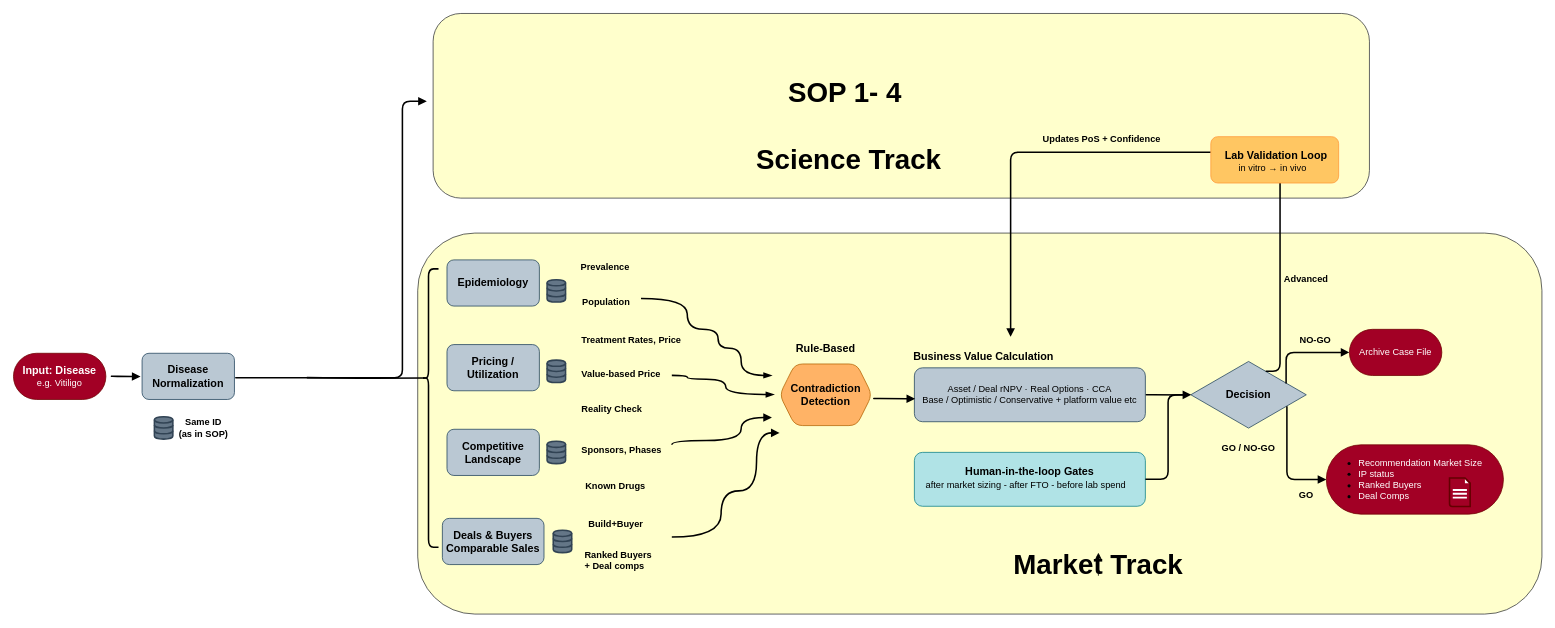
Earlier version of the draw.io diagram page "Simplified BD" (2 of 4) of repurgenesis_bd.drawio (paulkao-ai/flowchart). Source tidied: cells renumbered, new cells numbered last; positions are measured from the earlier drawing's top-left corner, leaving out a move shared by most shapes. Both pictures are drawn from the tidied source at 77%, with x=0, y=0 at pixel (13, 13).
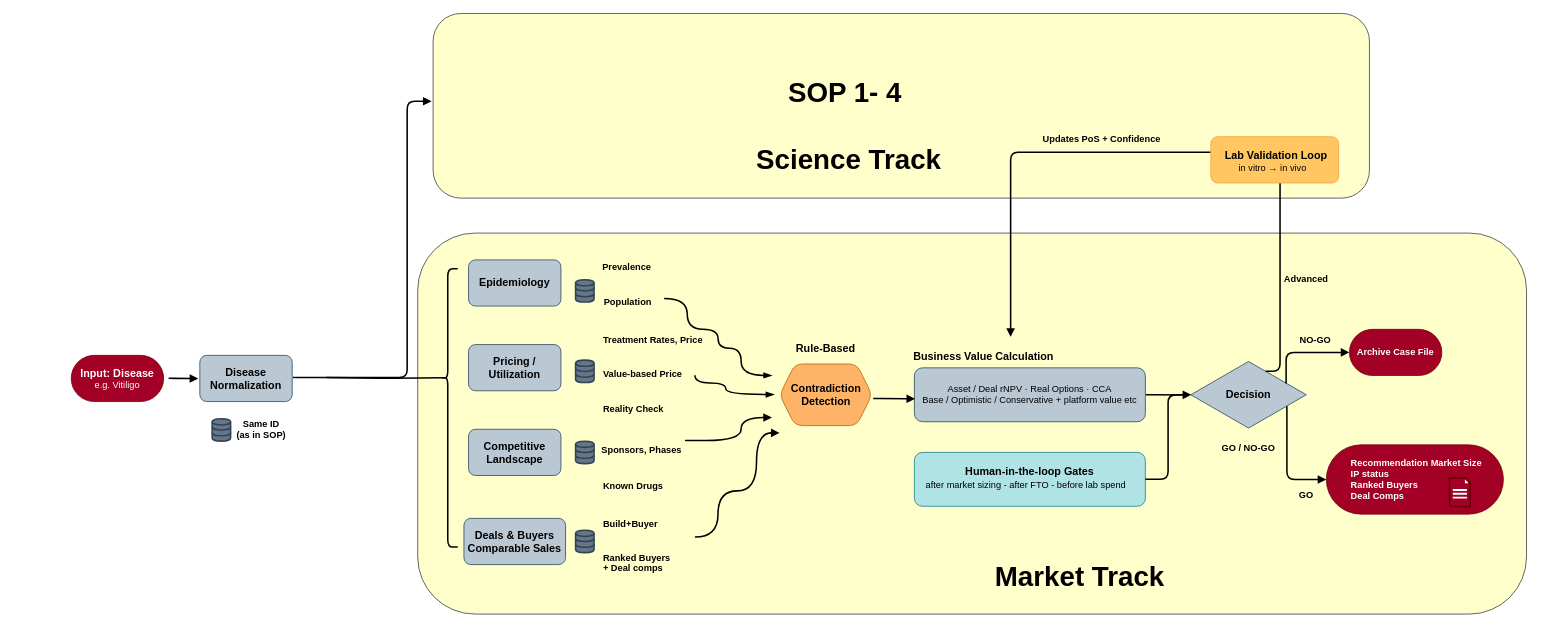
The same diagram, later.

The change refers to these unchanged cells:
```xml
<mxCell id="12" style="group;rounded=1;" parent="1" vertex="1">
  <mxGeometry x="995" y="455.2" width="120" height="80" as="geometry" />
</mxCell>
<mxCell id="26" style="group;rounded=1;fontColor=light-dark(#ffffff, #ededed);" parent="1" vertex="1">
  <mxGeometry x="1705" y="560.2" width="230" height="90" as="geometry" />
</mxCell>
```

Change to the diagram source:
```diff
@@
     <mxCell id="2" style="rounded=1;whiteSpace=wrap;html=1;fillColor=#FFFFCC;strokeColor=#36393d;" parent="1" vertex="1">
-      <mxGeometry x="525" y="285.2" width="1460" height="494.8" as="geometry" />
+      <mxGeometry x="525" y="285.2" width="1440" height="494.8" as="geometry" />
     </mxCell>
@@
     <mxCell id="4" value="&lt;font style=&quot;font-size: 14px;&quot;&gt;Epidemiology&lt;/font&gt;" style="rounded=1;whiteSpace=wrap;html=1;fontStyle=1;fillColor=#bac8d3;strokeColor=#23445d;" parent="1" vertex="1">
-      <mxGeometry x="563" y="320" width="120" height="60" as="geometry" />
+      <mxGeometry x="591" y="320" width="120" height="60" as="geometry" />
     </mxCell>
     <mxCell id="5" value="&lt;font style=&quot;font-size: 14px;&quot;&gt;Pricing / Utilization&lt;/font&gt;" style="rounded=1;whiteSpace=wrap;html=1;fontStyle=1;fillColor=#bac8d3;strokeColor=#23445d;" parent="1" vertex="1">
-      <mxGeometry x="563" y="430" width="120" height="60" as="geometry" />
+      <mxGeometry x="591" y="430" width="120" height="60" as="geometry" />
     </mxCell>
     <mxCell id="6" value="&lt;font style=&quot;font-size: 14px;&quot;&gt;Competitive Landscape&lt;/font&gt;" style="rounded=1;whiteSpace=wrap;html=1;fontStyle=1;fillColor=#bac8d3;strokeColor=#23445d;" parent="1" vertex="1">
-      <mxGeometry x="563" y="540" width="120" height="60" as="geometry" />
+      <mxGeometry x="591" y="540" width="120" height="60" as="geometry" />
     </mxCell>
     <mxCell id="7" value="&lt;b&gt;&lt;font style=&quot;font-size: 14px;&quot;&gt;Disease Normalization&lt;/font&gt;&lt;/b&gt;" style="rounded=1;whiteSpace=wrap;html=1;fillColor=#bac8d3;strokeColor=#23445d;" parent="1" vertex="1">
-      <mxGeometry x="167" y="441.3" width="120" height="60" as="geometry" />
+      <mxGeometry x="242" y="444" width="120" height="60" as="geometry" />
     </mxCell>
     <mxCell id="8" value="&lt;b&gt;&lt;font style=&quot;font-size: 14px;&quot;&gt;Input: Disease&lt;/font&gt;&lt;/b&gt;&lt;br&gt;e.g. Vitiligo" style="rounded=1;whiteSpace=wrap;html=1;arcSize=50;fillColor=#a20025;fontColor=#ffffff;strokeColor=#6F0000;" parent="1" vertex="1">
-      <mxGeometry y="441.3" width="120" height="60" as="geometry" />
+      <mxGeometry x="75" y="444" width="120" height="60" as="geometry" />
     </mxCell>
     <mxCell id="9" value="&lt;font style=&quot;font-size: 14px;&quot;&gt;Deals &amp;amp; Buyers&lt;/font&gt;&lt;div&gt;&lt;font style=&quot;font-size: 14px;&quot;&gt;Comparable Sales&lt;/font&gt;&lt;/div&gt;" style="rounded=1;whiteSpace=wrap;html=1;fontStyle=1;fillColor=#bac8d3;strokeColor=#23445d;" parent="1" vertex="1">
-      <mxGeometry x="557" y="655.7" width="132" height="60" as="geometry" />
+      <mxGeometry x="585" y="655.7" width="132" height="60" as="geometry" />
     </mxCell>
@@
     <mxCell id="11" style="edgeStyle=orthogonalEdgeStyle;orthogonalLoop=1;jettySize=auto;html=1;rounded=1;curved=1;strokeWidth=2;endArrow=blockThin;endFill=1;" parent="1" edge="1">
       <mxGeometry relative="1" as="geometry">
-        <mxPoint x="815" y="370.1" as="sourcePoint" />
+        <mxPoint x="845" y="370.1" as="sourcePoint" />
         <mxPoint x="985" y="470.1" as="targetPoint" />
         <Array as="points">
           <mxPoint x="875" y="370.1" />
           <mxPoint x="875" y="410.1" />
           <mxPoint x="915.1" y="410.1" />
           <mxPoint x="915.1" y="434.8" />
           <mxPoint x="945.1" y="434.8" />
           <mxPoint x="945.1" y="470.1" />
           <mxPoint x="985" y="470.1" />
         </Array>
       </mxGeometry>
     </mxCell>
@@
     <mxCell id="14" value="&lt;font style=&quot;font-size: 14px;&quot;&gt;Contradiction Detection&lt;/font&gt;" style="text;html=1;whiteSpace=wrap;strokeColor=none;fillColor=none;align=center;verticalAlign=middle;rounded=1;fontStyle=1;" parent="12" vertex="1">
-      <mxGeometry x="30" y="25" width="60" height="30" as="geometry" />
+      <mxGeometry x="12.5" y="25" width="95" height="30" as="geometry" />
     </mxCell>
     <mxCell id="15" style="edgeStyle=orthogonalEdgeStyle;orthogonalLoop=1;jettySize=auto;html=1;rounded=1;curved=1;strokeWidth=2;endArrow=blockThin;endFill=1;" parent="1" edge="1">
       <mxGeometry relative="1" as="geometry">
-        <mxPoint x="855" y="470" as="sourcePoint" />
+        <mxPoint x="885" y="470" as="sourcePoint" />
         <mxPoint x="988" y="494.9" as="targetPoint" />
         <Array as="points">
-          <mxPoint x="875" y="470" />
-          <mxPoint x="875" y="474.9" />
-          <mxPoint x="925" y="474.9" />
+          <mxPoint x="885" y="480" />
+          <mxPoint x="925" y="480" />
           <mxPoint x="925" y="494.9" />
         </Array>
       </mxGeometry>
     </mxCell>
     <mxCell id="16" style="edgeStyle=orthogonalEdgeStyle;orthogonalLoop=1;jettySize=auto;html=1;rounded=1;curved=1;strokeWidth=2;endArrow=block;endFill=1;" parent="1" edge="1">
       <mxGeometry relative="1" as="geometry">
-        <mxPoint x="855" y="560" as="sourcePoint" />
+        <mxPoint x="885" y="554.7" as="sourcePoint" />
         <mxPoint x="985" y="524.7" as="targetPoint" />
         <Array as="points">
           <mxPoint x="855" y="554.7" />
           <mxPoint x="945" y="554.7" />
           <mxPoint x="945" y="524.7" />
         </Array>
       </mxGeometry>
     </mxCell>
     <mxCell id="17" style="edgeStyle=orthogonalEdgeStyle;orthogonalLoop=1;jettySize=auto;html=1;rounded=1;curved=1;strokeWidth=2;endArrow=block;endFill=1;" parent="1" edge="1">
       <mxGeometry relative="1" as="geometry">
-        <mxPoint x="855" y="680" as="sourcePoint" />
+        <mxPoint x="885" y="680" as="sourcePoint" />
         <mxPoint x="995" y="544.7" as="targetPoint" />
         <Array as="points">
-          <mxPoint x="919" y="680" />
-          <mxPoint x="919" y="620" />
+          <mxPoint x="915" y="680" />
+          <mxPoint x="915" y="620" />
           <mxPoint x="965" y="620" />
           <mxPoint x="965" y="544.7" />
         </Array>
       </mxGeometry>
     </mxCell>
@@
-    <mxCell id="25" value="Archive Case File" style="rounded=1;whiteSpace=wrap;html=1;arcSize=50;fillColor=#a20025;strokeColor=#6F0000;fontColor=#ffffff;" parent="1" vertex="1">
+    <mxCell id="25" value="&lt;b&gt;Archive Case File&lt;/b&gt;" style="rounded=1;whiteSpace=wrap;html=1;arcSize=50;fillColor=#a20025;strokeColor=#6F0000;fontColor=#ffffff;" parent="1" vertex="1">
       <mxGeometry x="1735" y="410.2" width="120" height="60" as="geometry" />
     </mxCell>
@@
-    <mxCell id="28" value="&lt;ul&gt;&lt;li&gt;&lt;span style=&quot;color: rgb(255, 255, 255);&quot;&gt;Recommendation Market Size&lt;/span&gt;&lt;/li&gt;&lt;li&gt;&lt;span style=&quot;color: rgb(255, 255, 255);&quot;&gt;IP status&lt;/span&gt;&lt;/li&gt;&lt;li&gt;&lt;span style=&quot;color: rgb(255, 255, 255);&quot;&gt;Ranked Buyers&lt;/span&gt;&lt;/li&gt;&lt;li&gt;&lt;span style=&quot;color: rgb(255, 255, 255);&quot;&gt;Deal Comps&lt;/span&gt;&lt;/li&gt;&lt;/ul&gt;" style="text;html=1;whiteSpace=wrap;strokeColor=none;fillColor=none;align=left;verticalAlign=middle;rounded=1;" parent="26" vertex="1">
-      <mxGeometry y="10" width="220" height="70" as="geometry" />
+    <mxCell id="28" value="&lt;span style=&quot;background-color: transparent; color: light-dark(rgb(255, 255, 255), rgb(18, 18, 18));&quot;&gt;Recommendation Market Size&lt;/span&gt;&lt;br&gt;&lt;span style=&quot;background-color: transparent; color: light-dark(rgb(255, 255, 255), rgb(18, 18, 18));&quot;&gt;IP status&lt;/span&gt;&lt;br&gt;&lt;span style=&quot;background-color: transparent; color: light-dark(rgb(255, 255, 255), rgb(18, 18, 18));&quot;&gt;Ranked Buyers&lt;/span&gt;&lt;br&gt;&lt;span style=&quot;background-color: transparent; color: light-dark(rgb(255, 255, 255), rgb(18, 18, 18));&quot;&gt;Deal Comps&lt;/span&gt;" style="text;html=1;whiteSpace=wrap;strokeColor=none;fillColor=none;align=left;verticalAlign=middle;rounded=1;fontStyle=1;" parent="26" vertex="1">
+      <mxGeometry x="30" y="10" width="220" height="70" as="geometry" />
     </mxCell>
@@
     <mxCell id="47" style="group;" parent="1" vertex="1">
-      <mxGeometry x="382" y="331.7" width="170" height="361.4" as="geometry" />
+      <mxGeometry x="407" y="331.6" width="170" height="361.4" as="geometry" />
     </mxCell>
@@
     <mxCell id="51" value="&lt;b&gt;&lt;font style=&quot;font-size: 36px;&quot;&gt;Market Track&lt;/font&gt;&lt;/b&gt;" style="text;html=1;whiteSpace=wrap;strokeColor=none;fillColor=none;align=center;verticalAlign=middle;rounded=0;" parent="1" vertex="1">
-      <mxGeometry x="1289" y="700.2" width="240" height="30" as="geometry" />
+      <mxGeometry x="1265" y="715.7" width="240" height="30" as="geometry" />
     </mxCell>
@@
-    <mxCell id="54" style="edgeStyle=orthogonalEdgeStyle;orthogonalLoop=1;jettySize=auto;html=1;rounded=1;strokeWidth=2;endArrow=block;endFill=1;entryX=0.001;entryY=0.42;entryDx=0;entryDy=0;entryPerimeter=0;" parent="1" edge="1">
-      <mxGeometry relative="1" as="geometry">
-        <mxPoint x="296.8" y="473.1" as="sourcePoint" />
-        <mxPoint x="536.8" y="114" as="targetPoint" />
-        <Array as="points">
-          <mxPoint x="285" y="473.1" />
-          <mxPoint x="505.1" y="473.1" />
-          <mxPoint x="505.1" y="114" />
-        </Array>
-      </mxGeometry>
-    </mxCell>
     <mxCell id="55" style="html=1;verticalLabelPosition=bottom;align=center;labelBackgroundColor=#ffffff;verticalAlign=top;strokeWidth=2;shadow=0;dashed=0;shape=mxgraph.ios7.icons.data;rounded=1;fillColor=#647687;strokeColor=#314354;fontColor=#ffffff;" parent="1" vertex="1">
-      <mxGeometry x="701" y="671.1" width="24" height="29.1" as="geometry" />
+      <mxGeometry x="730" y="671.1" width="24" height="29.1" as="geometry" />
     </mxCell>
     <mxCell id="56" style="html=1;verticalLabelPosition=bottom;align=center;labelBackgroundColor=#ffffff;verticalAlign=top;strokeWidth=2;shadow=0;dashed=0;shape=mxgraph.ios7.icons.data;rounded=1;fillColor=#647687;strokeColor=#314354;fontColor=#ffffff;" parent="1" vertex="1">
-      <mxGeometry x="693" y="555.5" width="24" height="29.1" as="geometry" />
+      <mxGeometry x="730" y="555.5" width="24" height="29.1" as="geometry" />
     </mxCell>
     <mxCell id="57" style="html=1;verticalLabelPosition=bottom;align=center;labelBackgroundColor=#ffffff;verticalAlign=top;strokeWidth=2;shadow=0;dashed=0;shape=mxgraph.ios7.icons.data;rounded=1;fillColor=#647687;strokeColor=#314354;fontColor=#ffffff;" parent="1" vertex="1">
-      <mxGeometry x="693" y="450.2" width="24" height="29.1" as="geometry" />
+      <mxGeometry x="730" y="450.2" width="24" height="29.1" as="geometry" />
     </mxCell>
     <mxCell id="58" style="html=1;verticalLabelPosition=bottom;align=center;labelBackgroundColor=#ffffff;verticalAlign=top;strokeWidth=2;shadow=0;dashed=0;shape=mxgraph.ios7.icons.data;rounded=1;fillColor=#647687;strokeColor=#314354;fontColor=#ffffff;" parent="1" vertex="1">
-      <mxGeometry x="693" y="345.7" width="24" height="29.1" as="geometry" />
+      <mxGeometry x="730" y="345.7" width="24" height="29.1" as="geometry" />
     </mxCell>
@@
     <mxCell id="60" style="edgeStyle=orthogonalEdgeStyle;orthogonalLoop=1;jettySize=auto;html=1;rounded=1;strokeWidth=2;endArrow=block;endFill=1;exitX=1;exitY=0.5;exitDx=0;exitDy=0;" parent="1" edge="1">
       <mxGeometry relative="1" as="geometry">
-        <mxPoint x="131" y="471.2" as="sourcePoint" />
-        <mxPoint x="165" y="471.6" as="targetPoint" />
+        <mxPoint x="206" y="473.8" as="sourcePoint" />
+        <mxPoint x="240" y="474.2" as="targetPoint" />
         <Array as="points">
-          <mxPoint x="125" y="471.4" />
+          <mxPoint x="200" y="474" />
         </Array>
       </mxGeometry>
     </mxCell>
     <mxCell id="61" value="&lt;b style=&quot;text-align: left;&quot;&gt;Population&lt;/b&gt;" style="text;html=1;whiteSpace=wrap;strokeColor=none;fillColor=none;align=center;verticalAlign=middle;rounded=0;" parent="1" vertex="1">
-      <mxGeometry x="733" y="360.2" width="74" height="30" as="geometry" />
+      <mxGeometry x="761" y="360.2" width="74" height="30" as="geometry" />
     </mxCell>
     <mxCell id="62" value="&lt;b&gt;Prevalence&lt;/b&gt;" style="text;whiteSpace=wrap;html=1;" parent="1" vertex="1">
-      <mxGeometry x="735" y="315.7" width="70" height="30" as="geometry" />
+      <mxGeometry x="763" y="315.7" width="70" height="30" as="geometry" />
     </mxCell>
     <mxCell id="63" value="&lt;b&gt;Treatment Rates, Price&lt;/b&gt;" style="text;whiteSpace=wrap;html=1;" parent="1" vertex="1">
-      <mxGeometry x="736" y="410.2" width="140" height="19.8" as="geometry" />
+      <mxGeometry x="764" y="410.2" width="140" height="19.8" as="geometry" />
     </mxCell>
     <mxCell id="64" value="&lt;b&gt;Value-based Price&lt;/b&gt;" style="text;whiteSpace=wrap;html=1;" parent="1" vertex="1">
-      <mxGeometry x="736" y="455.2" width="110" height="20.9" as="geometry" />
+      <mxGeometry x="764" y="455.2" width="110" height="20.9" as="geometry" />
     </mxCell>
     <mxCell id="65" value="&lt;b&gt;Reality Check&lt;/b&gt;" style="text;whiteSpace=wrap;html=1;" parent="1" vertex="1">
-      <mxGeometry x="736" y="500.4" width="100" height="29.8" as="geometry" />
+      <mxGeometry x="764" y="500.4" width="100" height="29.8" as="geometry" />
     </mxCell>
     <mxCell id="66" value="Sponsors, Phases" style="text;whiteSpace=wrap;html=1;fontStyle=1;" parent="1" vertex="1">
-      <mxGeometry x="736" y="552.8" width="110" height="24.8" as="geometry" />
+      <mxGeometry x="762" y="552.8" width="110" height="24.8" as="geometry" />
     </mxCell>
     <mxCell id="67" value="Known Drugs" style="text;whiteSpace=wrap;html=1;fontStyle=1;" parent="1" vertex="1">
-      <mxGeometry x="741" y="600" width="80" height="22.4" as="geometry" />
+      <mxGeometry x="764" y="600" width="80" height="22.4" as="geometry" />
     </mxCell>
     <mxCell id="68" value="Build+Buyer" style="text;whiteSpace=wrap;html=1;fontStyle=1;" parent="1" vertex="1">
-      <mxGeometry x="745" y="650.2" width="80" height="40" as="geometry" />
+      <mxGeometry x="764" y="650.2" width="80" height="19.8" as="geometry" />
     </mxCell>
     <mxCell id="69" value="Ranked Buyers + Deal comps" style="text;whiteSpace=wrap;html=1;fontStyle=1;" parent="1" vertex="1">
-      <mxGeometry x="740" y="690" width="90" height="40" as="geometry" />
+      <mxGeometry x="764" y="693" width="90" height="40" as="geometry" />
     </mxCell>
     <mxCell id="70" style="html=1;verticalLabelPosition=bottom;align=center;labelBackgroundColor=#ffffff;verticalAlign=top;strokeWidth=2;shadow=0;dashed=0;shape=mxgraph.ios7.icons.data;rounded=1;fillColor=#647687;strokeColor=#314354;fontColor=#ffffff;" parent="1" vertex="1">
-      <mxGeometry x="183" y="523.7" width="24" height="29.1" as="geometry" />
+      <mxGeometry x="258" y="526.3" width="24" height="29.1" as="geometry" />
     </mxCell>
     <mxCell id="71" value="Same ID &lt;br&gt;(as in SOP)" style="text;html=1;whiteSpace=wrap;strokeColor=none;fillColor=none;align=center;verticalAlign=middle;rounded=0;fontStyle=1;" parent="1" vertex="1">
-      <mxGeometry x="207" y="522.8" width="80" height="30" as="geometry" />
+      <mxGeometry x="282" y="525.4" width="80" height="30" as="geometry" />
     </mxCell>
-    <mxCell id="72" style="edgeStyle=orthogonalEdgeStyle;rounded=1;orthogonalLoop=1;jettySize=auto;html=1;innerLoopWaypoints=1;exitX=0.5;exitY=1;exitDx=0;exitDy=0;entryX=0.5;entryY=0;entryDx=0;entryDy=0;" parent="1" edge="1" source="51" target="51">
-      <mxGeometry relative="1" as="geometry" />
-    </mxCell>
+    <mxCell id="54" style="edgeStyle=orthogonalEdgeStyle;orthogonalLoop=1;jettySize=auto;html=1;rounded=1;strokeWidth=2;endArrow=block;endFill=1;entryX=0.001;entryY=0.42;entryDx=0;entryDy=0;entryPerimeter=0;" parent="1" edge="1">
+      <mxGeometry relative="1" as="geometry">
+        <mxPoint x="363" y="472.8" as="sourcePoint" />
+        <mxPoint x="543" y="114" as="targetPoint" />
+        <Array as="points">
+          <mxPoint x="511.3" y="473.1" />
+          <mxPoint x="511.3" y="113.9" />
+        </Array>
+      </mxGeometry>
+    </mxCell>
```
